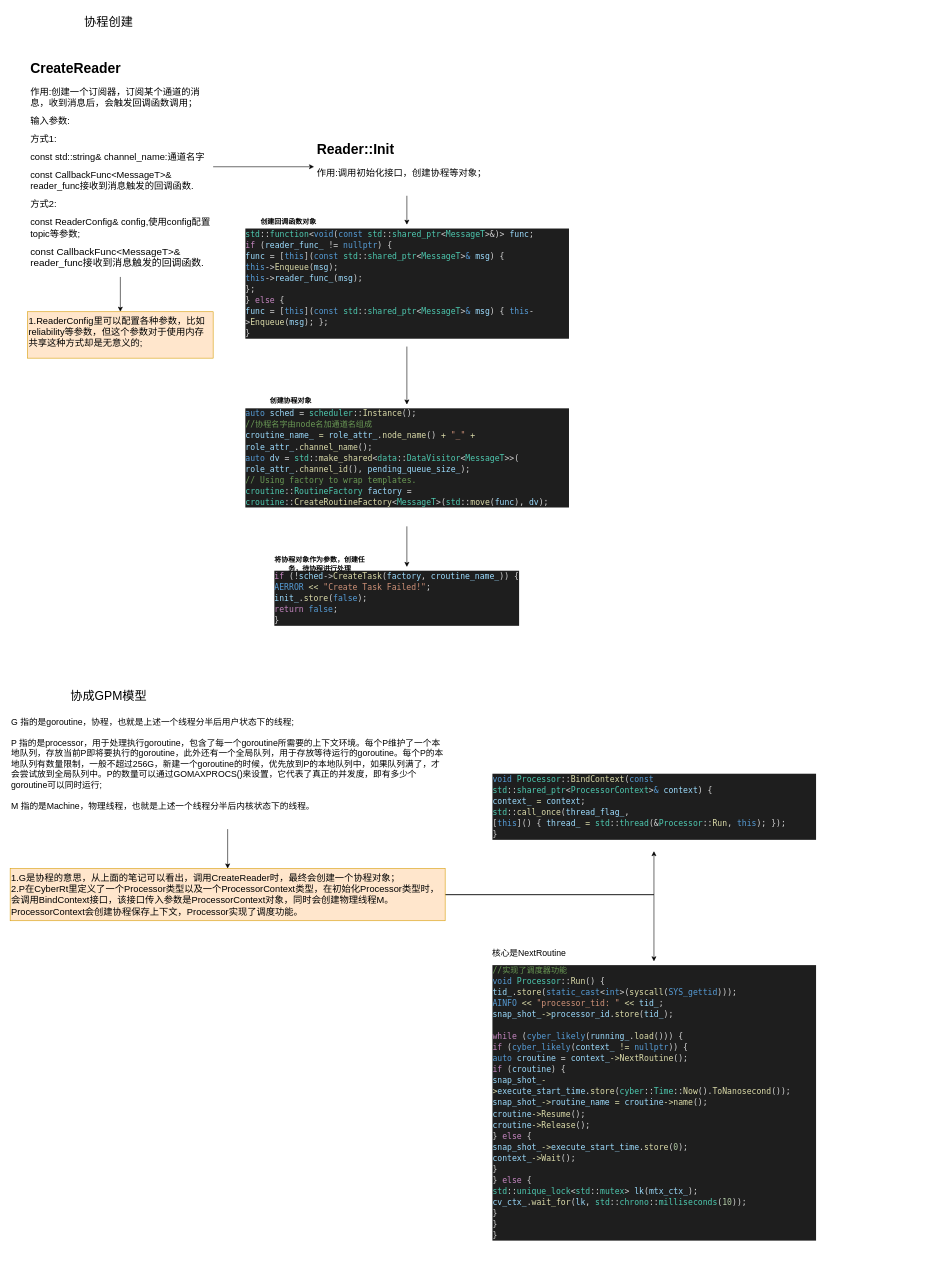
wangpc10/ApolloCodeDrawIo keeps this draw.io diagram as page "协程分析" (12 of 12) of apollo.drawio. Above is the earlier version. Source tidied: cells renumbered, new cells numbered last; positions are measured from the earlier drawing's top-left corner, leaving out a move shared by most shapes. Both pictures are drawn from the tidied source at 58%, with x=0, y=0 at pixel (10, 10).
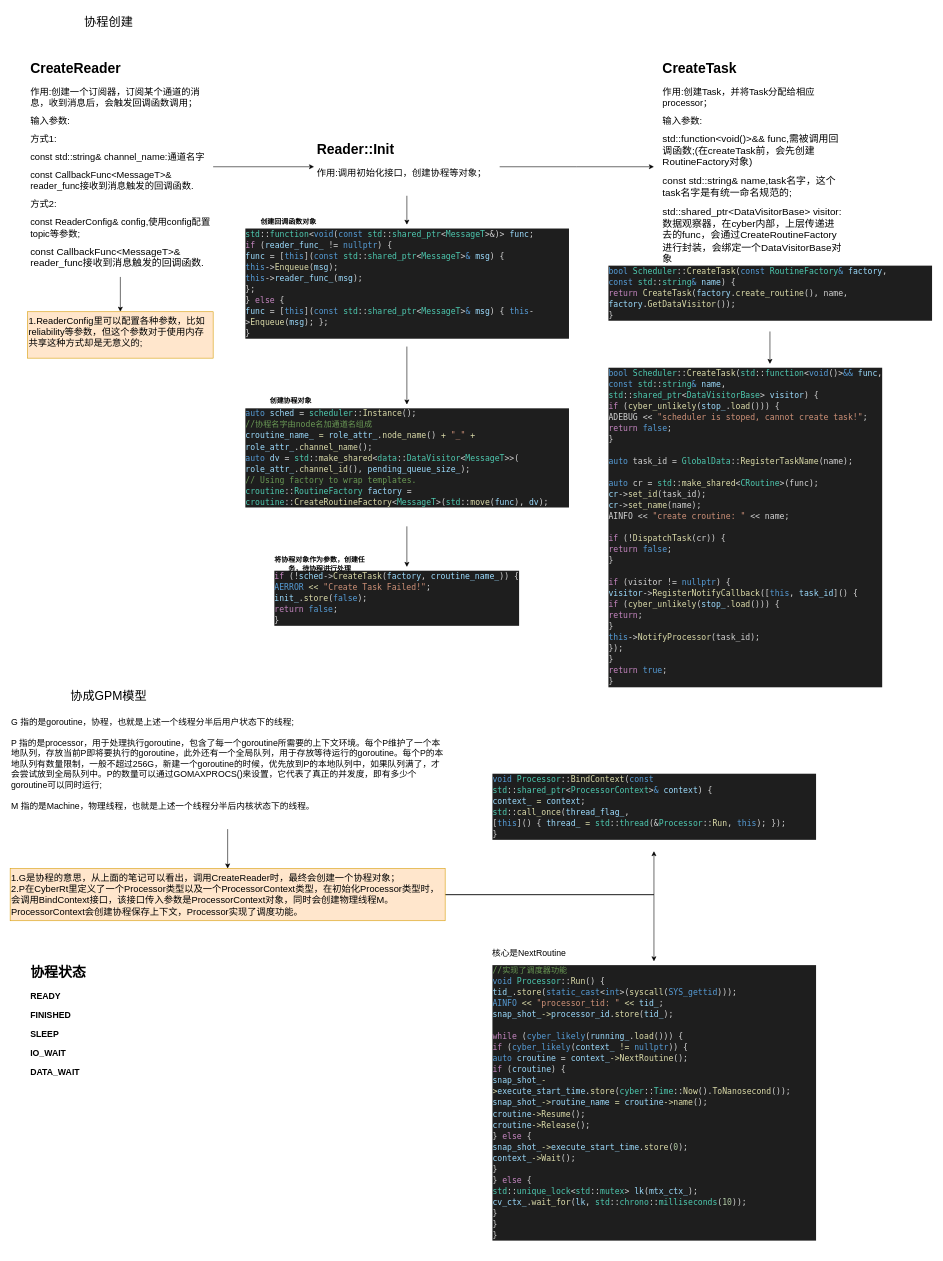
The same diagram, later.

Unchanged cells that the change refers to:
```xml
<mxCell id="8" value="&lt;h1&gt;Reader::Init&lt;/h1&gt;&lt;p&gt;&lt;font style=&quot;font-size: 16px;&quot;&gt;作用:调用初始化接口，创建协程等对象；&lt;/font&gt;&lt;/p&gt;&lt;p&gt;&lt;br&gt;&lt;/p&gt;" style="text;html=1;strokeColor=none;fillColor=none;spacing=5;spacingTop=-20;whiteSpace=wrap;overflow=hidden;rounded=0;" parent="1" vertex="1">
  <mxGeometry x="524" y="220" width="320" height="100" as="geometry" />
</mxCell>
```

The edit, as a diff of the source:
```diff
@@
+    <mxCell id="26" style="edgeStyle=orthogonalEdgeStyle;rounded=0;jettySize=auto;html=1;exitX=1;exitY=0.5;exitDx=0;exitDy=0;" parent="1" edge="1" source="8">
+      <mxGeometry relative="1" as="geometry">
+        <mxPoint x="1110" y="270" as="targetPoint" />
+      </mxGeometry>
+    </mxCell>
@@
+    <mxCell id="27" value="&lt;h1&gt;协程状态&lt;/h1&gt;&lt;p style=&quot;font-size: 15px;&quot;&gt;&lt;font style=&quot;font-size: 15px;&quot;&gt;&lt;b&gt;READY&lt;/b&gt;&lt;/font&gt;&lt;/p&gt;&lt;p style=&quot;font-size: 15px;&quot;&gt;&lt;font style=&quot;font-size: 15px;&quot;&gt;&lt;b&gt;FINISHED&lt;/b&gt;&lt;/font&gt;&lt;/p&gt;&lt;p style=&quot;font-size: 15px;&quot;&gt;&lt;font style=&quot;font-size: 15px;&quot;&gt;&lt;b&gt;SLEEP&lt;/b&gt;&lt;/font&gt;&lt;/p&gt;&lt;p style=&quot;font-size: 15px;&quot;&gt;&lt;font style=&quot;font-size: 15px;&quot;&gt;&lt;b&gt;IO_WAIT&lt;/b&gt;&lt;/font&gt;&lt;/p&gt;&lt;p style=&quot;font-size: 15px;&quot;&gt;&lt;font style=&quot;font-size: 15px;&quot;&gt;&lt;b&gt;DATA_WAIT&lt;/b&gt;&lt;/font&gt;&lt;/p&gt;" style="text;html=1;strokeColor=none;fillColor=none;spacing=5;spacingTop=-20;whiteSpace=wrap;overflow=hidden;rounded=0;" parent="1" vertex="1">
+      <mxGeometry x="30" y="1640" width="190" height="220" as="geometry" />
+    </mxCell>
+    <mxCell id="28" value="&lt;h1&gt;CreateTask&lt;/h1&gt;&lt;p&gt;&lt;font style=&quot;font-size: 16px;&quot;&gt;作用:创建Task，并将Task分配给相应processor；&lt;/font&gt;&lt;/p&gt;&lt;p&gt;&lt;span style=&quot;font-size: 16px;&quot;&gt;输入参数:&lt;/span&gt;&lt;/p&gt;&lt;p&gt;&lt;span style=&quot;font-size: 17px;&quot;&gt;std::function&amp;lt;void()&amp;gt;&amp;amp;&amp;amp; func,需被调用回调函数;(在createTask前，会先创建RoutineFactory对象)&lt;/span&gt;&lt;/p&gt;&lt;p&gt;&lt;span style=&quot;font-size: 17px;&quot;&gt;const std::string&amp;amp; name,task名字，这个task名字是有统一命名规范的;&lt;/span&gt;&lt;/p&gt;&lt;p&gt;&lt;span style=&quot;font-size: 17px;&quot;&gt;std::shared_ptr&amp;lt;DataVisitorBase&amp;gt; visitor:数据观察器，在cyber内部，上层传递进去的func，会通过CreateRoutineFactory进行封装，会绑定一个DataVisitorBase对象&lt;/span&gt;&lt;/p&gt;" style="text;html=1;strokeColor=none;fillColor=none;spacing=5;spacingTop=-20;whiteSpace=wrap;overflow=hidden;rounded=0;" parent="1" vertex="1">
+      <mxGeometry x="1120" y="80" width="320" height="380" as="geometry" />
+    </mxCell>
+    <mxCell id="29" style="edgeStyle=orthogonalEdgeStyle;rounded=0;jettySize=auto;html=1;exitX=0.5;exitY=1;exitDx=0;exitDy=0;" parent="1" edge="1" source="30" target="31">
+      <mxGeometry relative="1" as="geometry" />
+    </mxCell>
+    <mxCell id="30" value="&lt;div style=&quot;color: rgb(212, 212, 212); background-color: rgb(30, 30, 30); font-family: &amp;quot;Droid Sans Mono&amp;quot;, &amp;quot;monospace&amp;quot;, monospace; font-weight: normal; font-size: 14px; line-height: 19px;&quot;&gt;&lt;div&gt;&lt;span style=&quot;color: #569cd6;&quot;&gt;bool&lt;/span&gt;&lt;span style=&quot;color: #d4d4d4;&quot;&gt; &lt;/span&gt;&lt;span style=&quot;color: #4ec9b0;&quot;&gt;Scheduler&lt;/span&gt;&lt;span style=&quot;color: #d4d4d4;&quot;&gt;::&lt;/span&gt;&lt;span style=&quot;color: #dcdcaa;&quot;&gt;CreateTask&lt;/span&gt;&lt;span style=&quot;color: #d4d4d4;&quot;&gt;(&lt;/span&gt;&lt;span style=&quot;color: #569cd6;&quot;&gt;const&lt;/span&gt;&lt;span style=&quot;color: #d4d4d4;&quot;&gt; &lt;/span&gt;&lt;span style=&quot;color: #4ec9b0;&quot;&gt;RoutineFactory&lt;/span&gt;&lt;span style=&quot;color: #569cd6;&quot;&gt;&amp;amp;&lt;/span&gt;&lt;span style=&quot;color: #d4d4d4;&quot;&gt; &lt;/span&gt;&lt;span style=&quot;color: #9cdcfe;&quot;&gt;factory&lt;/span&gt;&lt;span style=&quot;color: #d4d4d4;&quot;&gt;,&lt;/span&gt;&lt;/div&gt;&lt;div&gt;&lt;span style=&quot;color: #d4d4d4;&quot;&gt;                           &lt;/span&gt;&lt;span style=&quot;color: #569cd6;&quot;&gt;const&lt;/span&gt;&lt;span style=&quot;color: #d4d4d4;&quot;&gt; &lt;/span&gt;&lt;span style=&quot;color: #4ec9b0;&quot;&gt;std&lt;/span&gt;&lt;span style=&quot;color: #d4d4d4;&quot;&gt;::&lt;/span&gt;&lt;span style=&quot;color: #4ec9b0;&quot;&gt;string&lt;/span&gt;&lt;span style=&quot;color: #569cd6;&quot;&gt;&amp;amp;&lt;/span&gt;&lt;span style=&quot;color: #d4d4d4;&quot;&gt; &lt;/span&gt;&lt;span style=&quot;color: #9cdcfe;&quot;&gt;name&lt;/span&gt;&lt;span style=&quot;color: #d4d4d4;&quot;&gt;) {&lt;/span&gt;&lt;/div&gt;&lt;div&gt;&lt;span style=&quot;color: #d4d4d4;&quot;&gt;  &lt;/span&gt;&lt;span style=&quot;color: #c586c0;&quot;&gt;return&lt;/span&gt;&lt;span style=&quot;color: #d4d4d4;&quot;&gt; &lt;/span&gt;&lt;span style=&quot;color: #dcdcaa;&quot;&gt;CreateTask&lt;/span&gt;&lt;span style=&quot;color: #d4d4d4;&quot;&gt;(&lt;/span&gt;&lt;span style=&quot;color: #9cdcfe;&quot;&gt;factory&lt;/span&gt;&lt;span style=&quot;color: #d4d4d4;&quot;&gt;.&lt;/span&gt;&lt;span style=&quot;color: #dcdcaa;&quot;&gt;create_routine&lt;/span&gt;&lt;span style=&quot;color: #d4d4d4;&quot;&gt;(), name, &lt;/span&gt;&lt;span style=&quot;color: #9cdcfe;&quot;&gt;factory&lt;/span&gt;&lt;span style=&quot;color: #d4d4d4;&quot;&gt;.&lt;/span&gt;&lt;span style=&quot;color: #dcdcaa;&quot;&gt;GetDataVisitor&lt;/span&gt;&lt;span style=&quot;color: #d4d4d4;&quot;&gt;());&lt;/span&gt;&lt;/div&gt;&lt;div&gt;&lt;span style=&quot;color: #d4d4d4;&quot;&gt;}&lt;/span&gt;&lt;/div&gt;&lt;/div&gt;" style="text;whiteSpace=wrap;html=1;" parent="1" vertex="1">
+      <mxGeometry x="1030" y="434" width="560" height="120" as="geometry" />
+    </mxCell>
+    <mxCell id="31" value="&lt;div style=&quot;color: rgb(212, 212, 212); background-color: rgb(30, 30, 30); font-family: &amp;quot;Droid Sans Mono&amp;quot;, &amp;quot;monospace&amp;quot;, monospace; font-weight: normal; font-size: 14px; line-height: 19px;&quot;&gt;&lt;div&gt;&lt;span style=&quot;color: #569cd6;&quot;&gt;bool&lt;/span&gt;&lt;span style=&quot;color: #d4d4d4;&quot;&gt; &lt;/span&gt;&lt;span style=&quot;color: #4ec9b0;&quot;&gt;Scheduler&lt;/span&gt;&lt;span style=&quot;color: #d4d4d4;&quot;&gt;::&lt;/span&gt;&lt;span style=&quot;color: #dcdcaa;&quot;&gt;CreateTask&lt;/span&gt;&lt;span style=&quot;color: #d4d4d4;&quot;&gt;(&lt;/span&gt;&lt;span style=&quot;color: #4ec9b0;&quot;&gt;std&lt;/span&gt;&lt;span style=&quot;color: #d4d4d4;&quot;&gt;::&lt;/span&gt;&lt;span style=&quot;color: #4ec9b0;&quot;&gt;function&lt;/span&gt;&lt;span style=&quot;color: #d4d4d4;&quot;&gt;&amp;lt;&lt;/span&gt;&lt;span style=&quot;color: #569cd6;&quot;&gt;void&lt;/span&gt;&lt;span style=&quot;color: #d4d4d4;&quot;&gt;()&amp;gt;&lt;/span&gt;&lt;span style=&quot;color: #569cd6;&quot;&gt;&amp;amp;&amp;amp;&lt;/span&gt;&lt;span style=&quot;color: #d4d4d4;&quot;&gt; &lt;/span&gt;&lt;span style=&quot;color: #9cdcfe;&quot;&gt;func&lt;/span&gt;&lt;span style=&quot;color: #d4d4d4;&quot;&gt;,&lt;/span&gt;&lt;/div&gt;&lt;div&gt;&lt;span style=&quot;color: #d4d4d4;&quot;&gt;                           &lt;/span&gt;&lt;span style=&quot;color: #569cd6;&quot;&gt;const&lt;/span&gt;&lt;span style=&quot;color: #d4d4d4;&quot;&gt; &lt;/span&gt;&lt;span style=&quot;color: #4ec9b0;&quot;&gt;std&lt;/span&gt;&lt;span style=&quot;color: #d4d4d4;&quot;&gt;::&lt;/span&gt;&lt;span style=&quot;color: #4ec9b0;&quot;&gt;string&lt;/span&gt;&lt;span style=&quot;color: #569cd6;&quot;&gt;&amp;amp;&lt;/span&gt;&lt;span style=&quot;color: #d4d4d4;&quot;&gt; &lt;/span&gt;&lt;span style=&quot;color: #9cdcfe;&quot;&gt;name&lt;/span&gt;&lt;span style=&quot;color: #d4d4d4;&quot;&gt;,&lt;/span&gt;&lt;/div&gt;&lt;div&gt;&lt;span style=&quot;color: #d4d4d4;&quot;&gt;                           &lt;/span&gt;&lt;span style=&quot;color: #4ec9b0;&quot;&gt;std&lt;/span&gt;&lt;span style=&quot;color: #d4d4d4;&quot;&gt;::&lt;/span&gt;&lt;span style=&quot;color: #4ec9b0;&quot;&gt;shared_ptr&lt;/span&gt;&lt;span style=&quot;color: #d4d4d4;&quot;&gt;&amp;lt;&lt;/span&gt;&lt;span style=&quot;color: #4ec9b0;&quot;&gt;DataVisitorBase&lt;/span&gt;&lt;span style=&quot;color: #d4d4d4;&quot;&gt;&amp;gt; &lt;/span&gt;&lt;span style=&quot;color: #9cdcfe;&quot;&gt;visitor&lt;/span&gt;&lt;span style=&quot;color: #d4d4d4;&quot;&gt;) {&lt;/span&gt;&lt;/div&gt;&lt;div&gt;&lt;span style=&quot;color: #d4d4d4;&quot;&gt;  &lt;/span&gt;&lt;span style=&quot;color: #c586c0;&quot;&gt;if&lt;/span&gt;&lt;span style=&quot;color: #d4d4d4;&quot;&gt; (&lt;/span&gt;&lt;span style=&quot;color: #dcdcaa;&quot;&gt;cyber_unlikely&lt;/span&gt;&lt;span style=&quot;color: #d4d4d4;&quot;&gt;(&lt;/span&gt;&lt;span style=&quot;color: #9cdcfe;&quot;&gt;stop_&lt;/span&gt;&lt;span style=&quot;color: #d4d4d4;&quot;&gt;.&lt;/span&gt;&lt;span style=&quot;color: #dcdcaa;&quot;&gt;load&lt;/span&gt;&lt;span style=&quot;color: #d4d4d4;&quot;&gt;())) {&lt;/span&gt;&lt;/div&gt;&lt;div&gt;&lt;span style=&quot;color: #d4d4d4;&quot;&gt;    ADEBUG &amp;lt;&amp;lt; &lt;/span&gt;&lt;span style=&quot;color: #ce9178;&quot;&gt;&quot;scheduler is stoped, cannot create task!&quot;&lt;/span&gt;&lt;span style=&quot;color: #d4d4d4;&quot;&gt;;&lt;/span&gt;&lt;/div&gt;&lt;div&gt;&lt;span style=&quot;color: #d4d4d4;&quot;&gt;    &lt;/span&gt;&lt;span style=&quot;color: #c586c0;&quot;&gt;return&lt;/span&gt;&lt;span style=&quot;color: #d4d4d4;&quot;&gt; &lt;/span&gt;&lt;span style=&quot;color: #569cd6;&quot;&gt;false&lt;/span&gt;&lt;span style=&quot;color: #d4d4d4;&quot;&gt;;&lt;/span&gt;&lt;/div&gt;&lt;div&gt;&lt;span style=&quot;color: #d4d4d4;&quot;&gt;  }&lt;/span&gt;&lt;/div&gt;&lt;br&gt;&lt;div&gt;&lt;span style=&quot;color: #d4d4d4;&quot;&gt;  &lt;/span&gt;&lt;span style=&quot;color: #569cd6;&quot;&gt;auto&lt;/span&gt;&lt;span style=&quot;color: #d4d4d4;&quot;&gt; task_id = &lt;/span&gt;&lt;span style=&quot;color: #4ec9b0;&quot;&gt;GlobalData&lt;/span&gt;&lt;span style=&quot;color: #d4d4d4;&quot;&gt;::&lt;/span&gt;&lt;span style=&quot;color: #dcdcaa;&quot;&gt;RegisterTaskName&lt;/span&gt;&lt;span style=&quot;color: #d4d4d4;&quot;&gt;(name);&lt;/span&gt;&lt;/div&gt;&lt;br&gt;&lt;div&gt;&lt;span style=&quot;color: #d4d4d4;&quot;&gt;  &lt;/span&gt;&lt;span style=&quot;color: #569cd6;&quot;&gt;auto&lt;/span&gt;&lt;span style=&quot;color: #d4d4d4;&quot;&gt; cr = &lt;/span&gt;&lt;span style=&quot;color: #4ec9b0;&quot;&gt;std&lt;/span&gt;&lt;span style=&quot;color: #d4d4d4;&quot;&gt;::&lt;/span&gt;&lt;span style=&quot;color: #dcdcaa;&quot;&gt;make_shared&lt;/span&gt;&lt;span style=&quot;color: #d4d4d4;&quot;&gt;&amp;lt;&lt;/span&gt;&lt;span style=&quot;color: #4ec9b0;&quot;&gt;CRoutine&lt;/span&gt;&lt;span style=&quot;color: #d4d4d4;&quot;&gt;&amp;gt;(func);&lt;/span&gt;&lt;/div&gt;&lt;div&gt;&lt;span style=&quot;color: #d4d4d4;&quot;&gt;  &lt;/span&gt;&lt;span style=&quot;color: #9cdcfe;&quot;&gt;cr&lt;/span&gt;&lt;span style=&quot;color: #d4d4d4;&quot;&gt;-&amp;gt;&lt;/span&gt;&lt;span style=&quot;color: #dcdcaa;&quot;&gt;set_id&lt;/span&gt;&lt;span style=&quot;color: #d4d4d4;&quot;&gt;(task_id);&lt;/span&gt;&lt;/div&gt;&lt;div&gt;&lt;span style=&quot;color: #d4d4d4;&quot;&gt;  &lt;/span&gt;&lt;span style=&quot;color: #9cdcfe;&quot;&gt;cr&lt;/span&gt;&lt;span style=&quot;color: #d4d4d4;&quot;&gt;-&amp;gt;&lt;/span&gt;&lt;span style=&quot;color: #dcdcaa;&quot;&gt;set_name&lt;/span&gt;&lt;span style=&quot;color: #d4d4d4;&quot;&gt;(name);&lt;/span&gt;&lt;/div&gt;&lt;div&gt;&lt;span style=&quot;color: #d4d4d4;&quot;&gt;  AINFO &amp;lt;&amp;lt; &lt;/span&gt;&lt;span style=&quot;color: #ce9178;&quot;&gt;&quot;create croutine: &quot;&lt;/span&gt;&lt;span style=&quot;color: #d4d4d4;&quot;&gt; &amp;lt;&amp;lt; name;&lt;/span&gt;&lt;/div&gt;&lt;br&gt;&lt;div&gt;&lt;span style=&quot;color: #d4d4d4;&quot;&gt;  &lt;/span&gt;&lt;span style=&quot;color: #c586c0;&quot;&gt;if&lt;/span&gt;&lt;span style=&quot;color: #d4d4d4;&quot;&gt; (!&lt;/span&gt;&lt;span style=&quot;color: #dcdcaa;&quot;&gt;DispatchTask&lt;/span&gt;&lt;span style=&quot;color: #d4d4d4;&quot;&gt;(cr)) {&lt;/span&gt;&lt;/div&gt;&lt;div&gt;&lt;span style=&quot;color: #d4d4d4;&quot;&gt;    &lt;/span&gt;&lt;span style=&quot;color: #c586c0;&quot;&gt;return&lt;/span&gt;&lt;span style=&quot;color: #d4d4d4;&quot;&gt; &lt;/span&gt;&lt;span style=&quot;color: #569cd6;&quot;&gt;false&lt;/span&gt;&lt;span style=&quot;color: #d4d4d4;&quot;&gt;;&lt;/span&gt;&lt;/div&gt;&lt;div&gt;&lt;span style=&quot;color: #d4d4d4;&quot;&gt;  }&lt;/span&gt;&lt;/div&gt;&lt;br&gt;&lt;div&gt;&lt;span style=&quot;color: #d4d4d4;&quot;&gt;  &lt;/span&gt;&lt;span style=&quot;color: #c586c0;&quot;&gt;if&lt;/span&gt;&lt;span style=&quot;color: #d4d4d4;&quot;&gt; (visitor != &lt;/span&gt;&lt;span style=&quot;color: #569cd6;&quot;&gt;nullptr&lt;/span&gt;&lt;span style=&quot;color: #d4d4d4;&quot;&gt;) {&lt;/span&gt;&lt;/div&gt;&lt;div&gt;&lt;span style=&quot;color: #d4d4d4;&quot;&gt;    &lt;/span&gt;&lt;span style=&quot;color: #9cdcfe;&quot;&gt;visitor&lt;/span&gt;&lt;span style=&quot;color: #d4d4d4;&quot;&gt;-&amp;gt;&lt;/span&gt;&lt;span style=&quot;color: #dcdcaa;&quot;&gt;RegisterNotifyCallback&lt;/span&gt;&lt;span style=&quot;color: #d4d4d4;&quot;&gt;([&lt;/span&gt;&lt;span style=&quot;color: #569cd6;&quot;&gt;this&lt;/span&gt;&lt;span style=&quot;color: #d4d4d4;&quot;&gt;, &lt;/span&gt;&lt;span style=&quot;color: #9cdcfe;&quot;&gt;task_id&lt;/span&gt;&lt;span style=&quot;color: #d4d4d4;&quot;&gt;]() {&lt;/span&gt;&lt;/div&gt;&lt;div&gt;&lt;span style=&quot;color: #d4d4d4;&quot;&gt;      &lt;/span&gt;&lt;span style=&quot;color: #c586c0;&quot;&gt;if&lt;/span&gt;&lt;span style=&quot;color: #d4d4d4;&quot;&gt; (&lt;/span&gt;&lt;span style=&quot;color: #dcdcaa;&quot;&gt;cyber_unlikely&lt;/span&gt;&lt;span style=&quot;color: #d4d4d4;&quot;&gt;(&lt;/span&gt;&lt;span style=&quot;color: #9cdcfe;&quot;&gt;stop_&lt;/span&gt;&lt;span style=&quot;color: #d4d4d4;&quot;&gt;.&lt;/span&gt;&lt;span style=&quot;color: #dcdcaa;&quot;&gt;load&lt;/span&gt;&lt;span style=&quot;color: #d4d4d4;&quot;&gt;())) {&lt;/span&gt;&lt;/div&gt;&lt;div&gt;&lt;span style=&quot;color: #d4d4d4;&quot;&gt;        &lt;/span&gt;&lt;span style=&quot;color: #c586c0;&quot;&gt;return&lt;/span&gt;&lt;span style=&quot;color: #d4d4d4;&quot;&gt;;&lt;/span&gt;&lt;/div&gt;&lt;div&gt;&lt;span style=&quot;color: #d4d4d4;&quot;&gt;      }&lt;/span&gt;&lt;/div&gt;&lt;div&gt;&lt;span style=&quot;color: #d4d4d4;&quot;&gt;      &lt;/span&gt;&lt;span style=&quot;color: #569cd6;&quot;&gt;this&lt;/span&gt;&lt;span style=&quot;color: #d4d4d4;&quot;&gt;-&amp;gt;&lt;/span&gt;&lt;span style=&quot;color: #dcdcaa;&quot;&gt;NotifyProcessor&lt;/span&gt;&lt;span style=&quot;color: #d4d4d4;&quot;&gt;(task_id);&lt;/span&gt;&lt;/div&gt;&lt;div&gt;&lt;span style=&quot;color: #d4d4d4;&quot;&gt;    });&lt;/span&gt;&lt;/div&gt;&lt;div&gt;&lt;span style=&quot;color: #d4d4d4;&quot;&gt;  }&lt;/span&gt;&lt;/div&gt;&lt;div&gt;&lt;span style=&quot;color: #d4d4d4;&quot;&gt;  &lt;/span&gt;&lt;span style=&quot;color: #c586c0;&quot;&gt;return&lt;/span&gt;&lt;span style=&quot;color: #d4d4d4;&quot;&gt; &lt;/span&gt;&lt;span style=&quot;color: #569cd6;&quot;&gt;true&lt;/span&gt;&lt;span style=&quot;color: #d4d4d4;&quot;&gt;;&lt;/span&gt;&lt;/div&gt;&lt;div&gt;&lt;span style=&quot;color: #d4d4d4;&quot;&gt;}&lt;/span&gt;&lt;/div&gt;&lt;/div&gt;" style="text;whiteSpace=wrap;html=1;" parent="1" vertex="1">
+      <mxGeometry x="1030" y="610" width="560" height="570" as="geometry" />
+    </mxCell>
```
